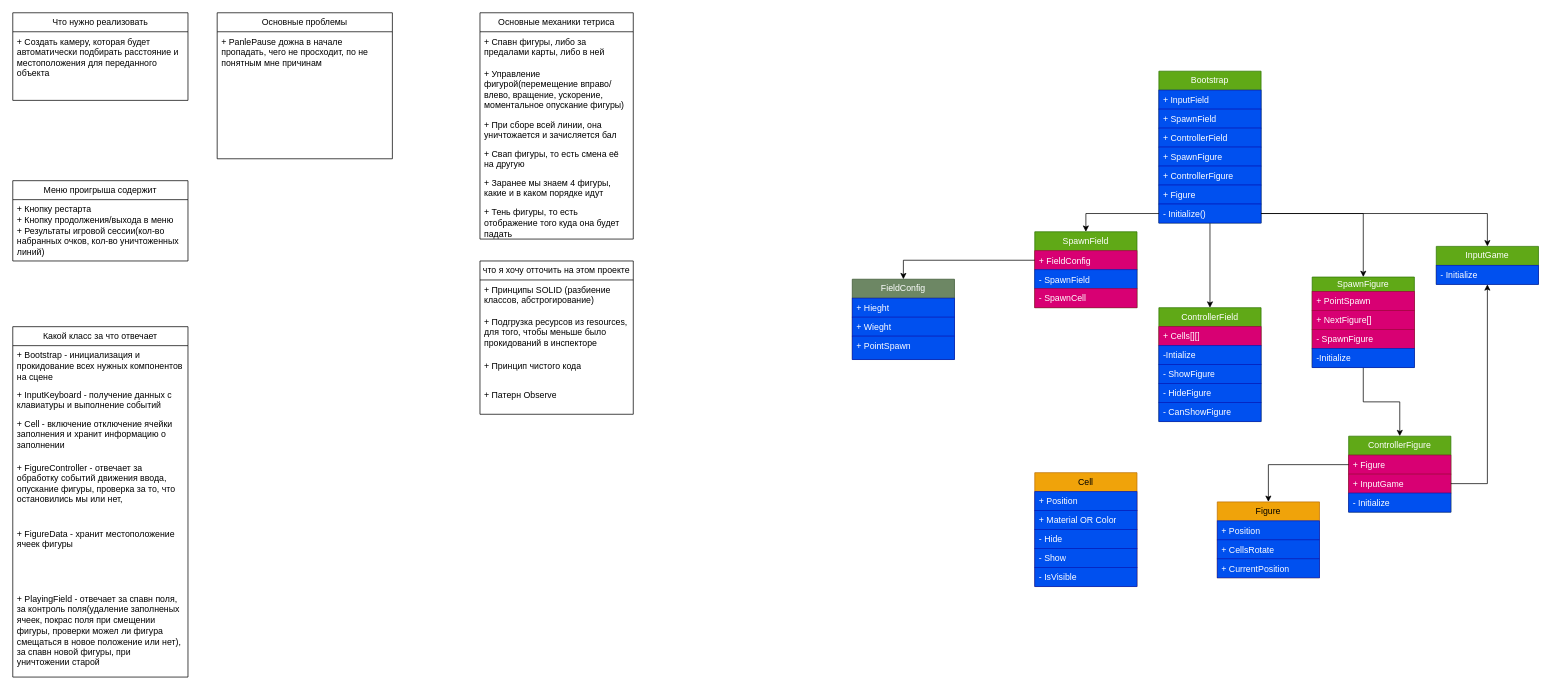
Above: TetrisGame.drawio in Bablakov/Tetris (draw.io), before the change. Source tidied: cells renumbered, new cells numbered last; positions are measured from the earlier drawing's top-left corner, leaving out a move shared by most shapes. Both pictures are drawn from the tidied source at 73%, with x=0, y=0 at pixel (12, 12).
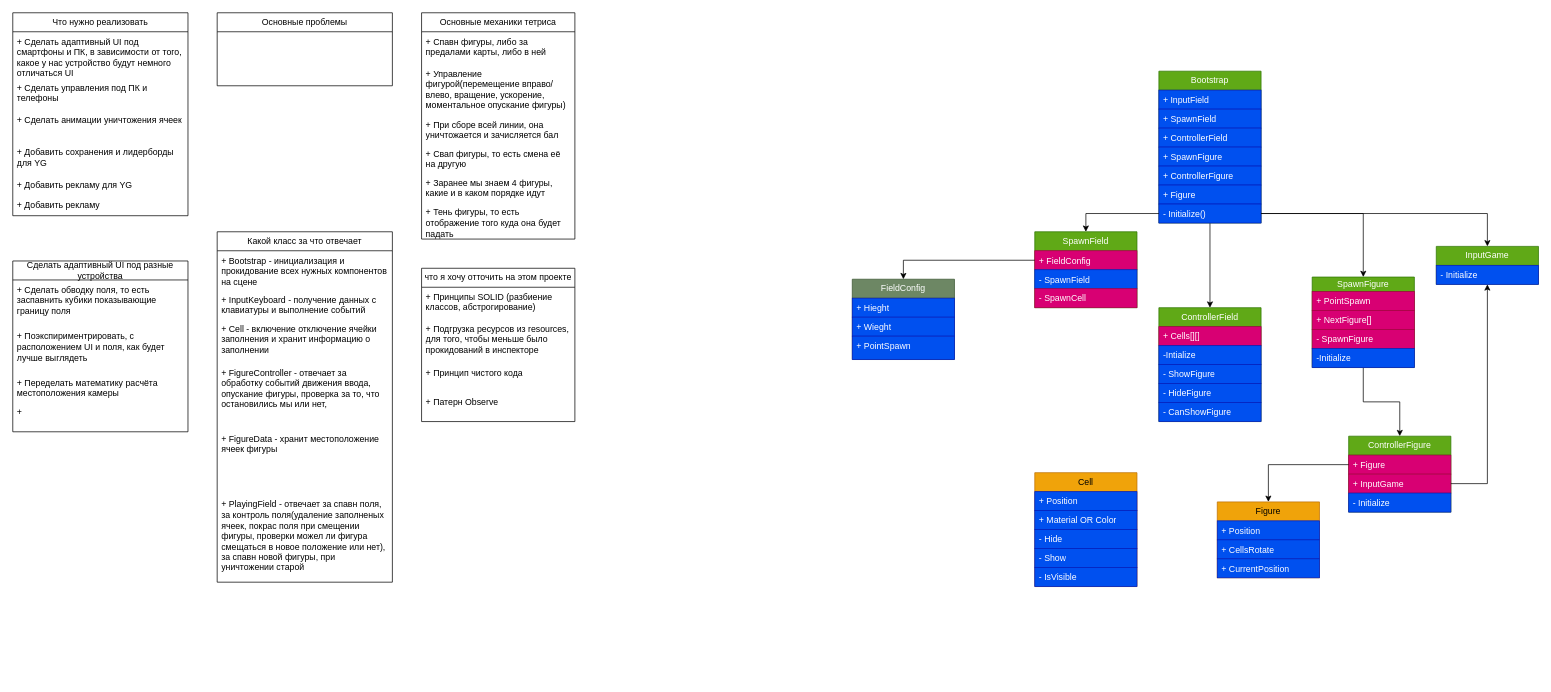
Above is the later version.

Diff of the diagram source:
```diff
@@
     <mxCell id="2" value="Что нужно реализовать" style="swimlane;fontStyle=0;horizontal=1;startSize=26;fillColor=none;whiteSpace=wrap;html=1;" parent="1" vertex="1">
-      <mxGeometry width="240" height="120" as="geometry" />
+      <mxGeometry width="240" height="278" as="geometry" />
     </mxCell>
-    <mxCell id="3" value="+ Создать камеру, которая будет автоматически подбирать расстояние и местоположения для переданного объекта" style="text;strokeColor=none;fillColor=none;align=left;verticalAlign=top;spacingLeft=4;spacingRight=4;overflow=hidden;whiteSpace=wrap;html=1;" parent="2" vertex="1">
-      <mxGeometry y="26" width="240" height="94" as="geometry" />
+    <mxCell id="3" value="+ Сделать адаптивный UI под смартфоны и ПК, в зависимости от того, какое у нас устройство будут немного отличаться UI" style="text;strokeColor=none;fillColor=none;align=left;verticalAlign=top;spacingLeft=4;spacingRight=4;overflow=hidden;whiteSpace=wrap;html=1;" parent="2" vertex="1">
+      <mxGeometry y="26" width="240" height="64" as="geometry" />
     </mxCell>
+    <mxCell id="78" value="+ Сделать управления под ПК и телефоны" style="text;strokeColor=none;fillColor=none;align=left;verticalAlign=top;spacingLeft=4;spacingRight=4;overflow=hidden;whiteSpace=wrap;html=1;" parent="2" vertex="1">
+      <mxGeometry y="90" width="240" height="44" as="geometry" />
+    </mxCell>
+    <mxCell id="79" value="+ Сделать анимации уничтожения ячеек" style="text;strokeColor=none;fillColor=none;align=left;verticalAlign=top;spacingLeft=4;spacingRight=4;overflow=hidden;whiteSpace=wrap;html=1;" parent="2" vertex="1">
+      <mxGeometry y="134" width="240" height="44" as="geometry" />
+    </mxCell>
+    <mxCell id="80" value="+ Добавить сохранения и лидерборды для YG" style="text;strokeColor=none;fillColor=none;align=left;verticalAlign=top;spacingLeft=4;spacingRight=4;overflow=hidden;whiteSpace=wrap;html=1;" parent="2" vertex="1">
+      <mxGeometry y="178" width="240" height="44" as="geometry" />
+    </mxCell>
+    <mxCell id="81" value="+ Добавить рекламу для YG" style="text;strokeColor=none;fillColor=none;align=left;verticalAlign=top;spacingLeft=4;spacingRight=4;overflow=hidden;whiteSpace=wrap;html=1;" parent="2" vertex="1">
+      <mxGeometry y="222" width="240" height="28" as="geometry" />
+    </mxCell>
+    <mxCell id="82" value="+ Добавить рекламу" style="text;strokeColor=none;fillColor=none;align=left;verticalAlign=top;spacingLeft=4;spacingRight=4;overflow=hidden;whiteSpace=wrap;html=1;" parent="2" vertex="1">
+      <mxGeometry y="250" width="240" height="28" as="geometry" />
+    </mxCell>
     <mxCell id="4" value="Основные механики тетриса" style="swimlane;fontStyle=0;horizontal=1;startSize=26;fillColor=none;whiteSpace=wrap;html=1;" parent="1" vertex="1">
-      <mxGeometry x="640" width="210" height="310" as="geometry" />
+      <mxGeometry x="560" width="210" height="310" as="geometry" />
     </mxCell>
@@
     <mxCell id="11" value="Основные проблемы" style="swimlane;fontStyle=0;horizontal=1;startSize=26;fillColor=none;whiteSpace=wrap;html=1;" parent="1" vertex="1">
-      <mxGeometry x="280" width="240" height="200" as="geometry" />
+      <mxGeometry x="280" width="240" height="100" as="geometry" />
     </mxCell>
-    <mxCell id="12" value="+ PanlePause дожна в начале пропадать, чего не просходит, по не понятным мне причинам" style="text;strokeColor=none;fillColor=none;align=left;verticalAlign=top;spacingLeft=4;spacingRight=4;overflow=hidden;whiteSpace=wrap;html=1;" parent="11" vertex="1">
-      <mxGeometry y="26" width="240" height="174" as="geometry" />
-    </mxCell>
     <mxCell id="13" value="Какой класс за что отвечает" style="swimlane;fontStyle=0;horizontal=1;startSize=26;fillColor=none;whiteSpace=wrap;html=1;" parent="1" vertex="1">
-      <mxGeometry y="430" width="240" height="480" as="geometry" />
+      <mxGeometry x="280" y="300" width="240" height="480" as="geometry" />
     </mxCell>
@@
     <mxCell id="71" value="что я хочу отточить на этом проекте" style="swimlane;fontStyle=0;horizontal=1;startSize=26;fillColor=none;whiteSpace=wrap;html=1;" parent="1" vertex="1">
-      <mxGeometry x="640" y="340" width="210" height="210" as="geometry" />
+      <mxGeometry x="560" y="350" width="210" height="210" as="geometry" />
     </mxCell>
@@
-    <mxCell id="76" value="Меню проигрыша содержит" style="swimlane;fontStyle=0;horizontal=1;startSize=26;fillColor=none;whiteSpace=wrap;html=1;" parent="1" vertex="1">
-      <mxGeometry y="230" width="240" height="110" as="geometry" />
+    <mxCell id="76" value="Сделать адаптивный UI под разные устройства" style="swimlane;fontStyle=0;horizontal=1;startSize=26;fillColor=none;whiteSpace=wrap;html=1;" parent="1" vertex="1">
+      <mxGeometry y="340" width="240" height="234" as="geometry" />
     </mxCell>
-    <mxCell id="77" value="+ Кнопку рестарта&lt;div&gt;+ Кнопку продолжения/выхода в меню&lt;/div&gt;&lt;div&gt;+ Результаты игровой сессии(кол-во набранных очков, кол-во уничтоженных линий)&lt;/div&gt;" style="text;strokeColor=none;fillColor=none;align=left;verticalAlign=top;spacingLeft=4;spacingRight=4;overflow=hidden;whiteSpace=wrap;html=1;" parent="76" vertex="1">
-      <mxGeometry y="26" width="240" height="84" as="geometry" />
-    </mxCell>
+    <mxCell id="83" value="+ Сделать обводку поля, то есть заспавнить кубики показывающие границу поля" style="text;strokeColor=none;fillColor=none;align=left;verticalAlign=top;spacingLeft=4;spacingRight=4;overflow=hidden;whiteSpace=wrap;html=1;" parent="76" vertex="1">
+      <mxGeometry y="26" width="240" height="64" as="geometry" />
+    </mxCell>
+    <mxCell id="84" value="+ Поэкспириментрировать, с расположением UI и поля, как будет лучше выглядеть" style="text;strokeColor=none;fillColor=none;align=left;verticalAlign=top;spacingLeft=4;spacingRight=4;overflow=hidden;whiteSpace=wrap;html=1;" parent="76" vertex="1">
+      <mxGeometry y="90" width="240" height="64" as="geometry" />
+    </mxCell>
+    <mxCell id="85" value="+ Переделать математику расчёта местоположения камеры" style="text;strokeColor=none;fillColor=none;align=left;verticalAlign=top;spacingLeft=4;spacingRight=4;overflow=hidden;whiteSpace=wrap;html=1;" parent="76" vertex="1">
+      <mxGeometry y="154" width="240" height="40" as="geometry" />
+    </mxCell>
+    <mxCell id="86" value="+&amp;nbsp;" style="text;strokeColor=none;fillColor=none;align=left;verticalAlign=top;spacingLeft=4;spacingRight=4;overflow=hidden;whiteSpace=wrap;html=1;" parent="76" vertex="1">
+      <mxGeometry y="194" width="240" height="40" as="geometry" />
+    </mxCell>
```
